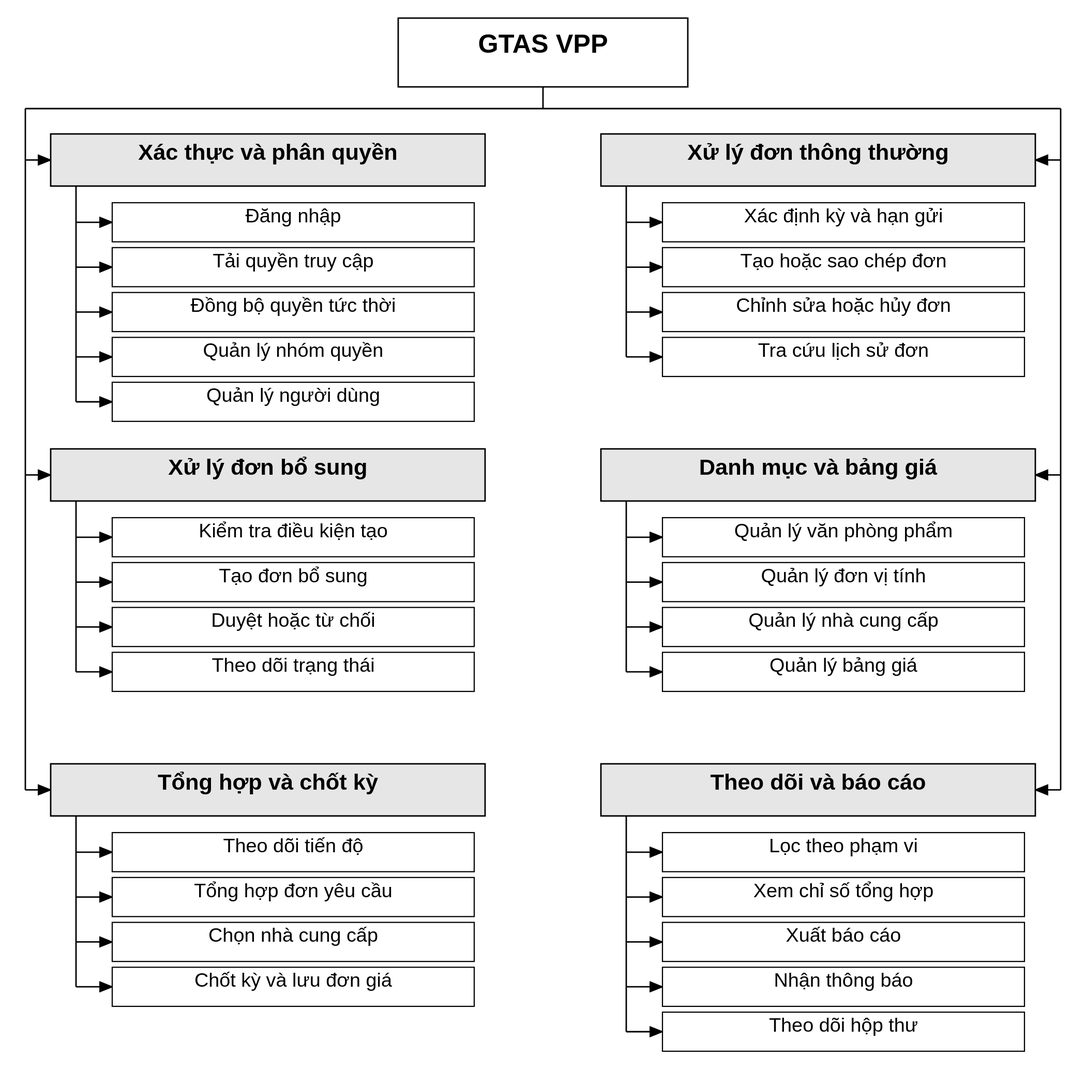
This is LVTN/diagrams/ch02/functional-decomposition.svg from Miikey24s/gtas_vpp, a PlantUML export, as it was before one commit. Its source is kept beside it as LVTN/diagrams/ch02/functional-decomposition.puml.
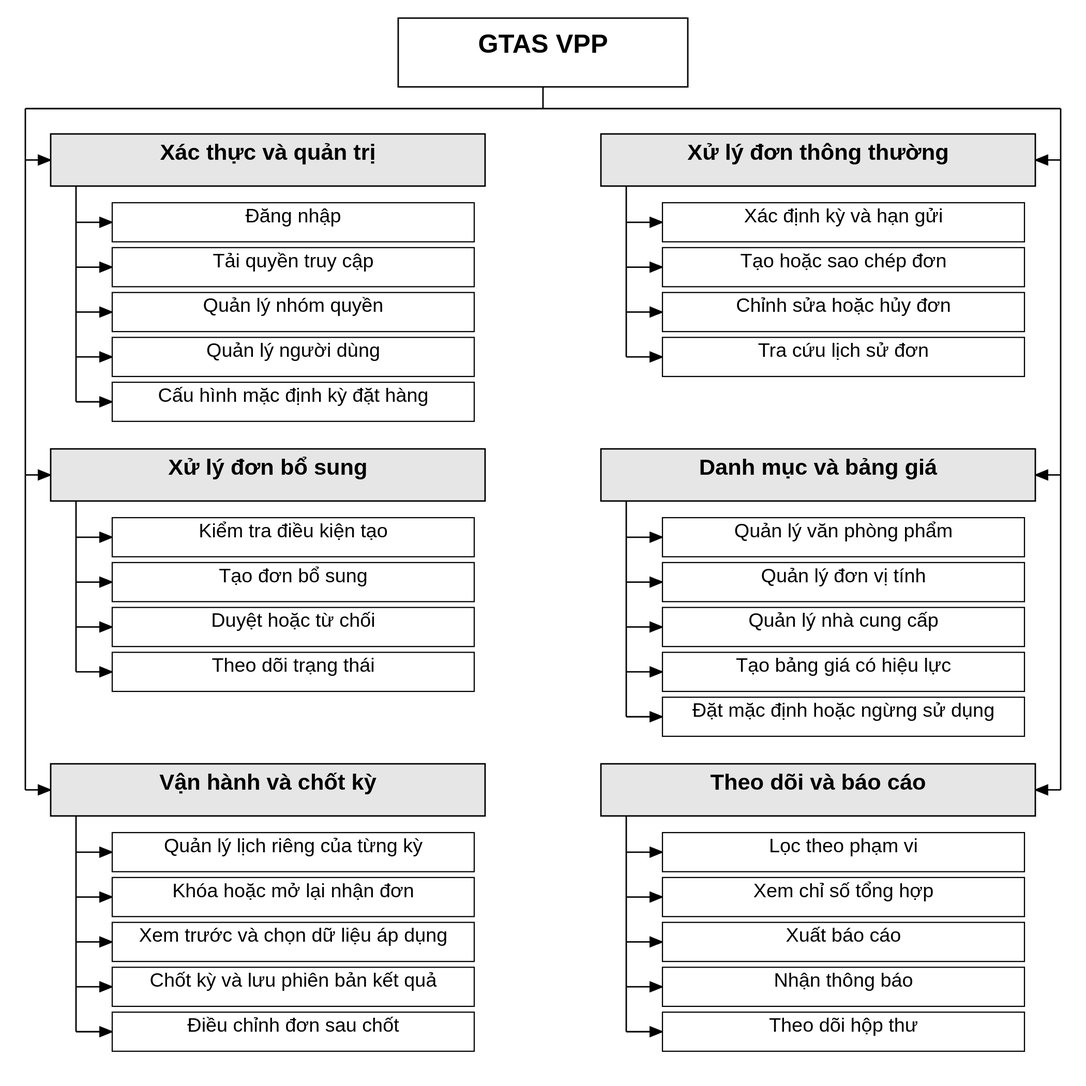
The same diagram one commit later.

Diff of the diagram source:
```diff
@@ -15,12 +15,12 @@
 </style>
 
 * GTAS VPP
-** Xác thực và phân quyền
+** Xác thực và quản trị
 *** Đăng nhập
 *** Tải quyền truy cập hệ thống
-*** Đồng bộ quyền tức thời
 *** Quản lý nhóm quyền
 *** Quản lý người dùng
+*** Cấu hình mặc định kỳ đặt hàng
 ** Xử lý đơn thường
 *** Xác định kỳ và hạn gửi
 *** Tạo hoặc sao chép đơn
@@ -35,14 +35,14 @@
 *** Quản lý danh mục văn phòng phẩm
 *** Quản lý đơn vị tính
 *** Quản lý nhà cung cấp
-*** Quản lý bảng giá
-*** Thiết lập bảng giá
-** Tổng hợp và chốt kỳ
-*** Theo dõi tiến độ
-*** Tổng hợp đơn yêu cầu
-*** Chọn nhà cung cấp
-*** Chốt kỳ và lưu đơn giá
-*** Ghi nhật ký thao tác
+*** Tạo bảng giá có hiệu lực
+*** Đặt mặc định hoặc ngừng sử dụng
+** Vận hành và chốt kỳ
+*** Quản lý lịch riêng của từng kỳ
+*** Khóa hoặc mở lại nhận đơn
+*** Xem trước và chọn dữ liệu áp dụng
+*** Chốt kỳ và lưu phiên bản kết quả
+*** Điều chỉnh đơn sau chốt
 ** Theo dõi và báo cáo
 *** Lọc theo phạm vi
 *** Xem KPI và biểu đồ
```
